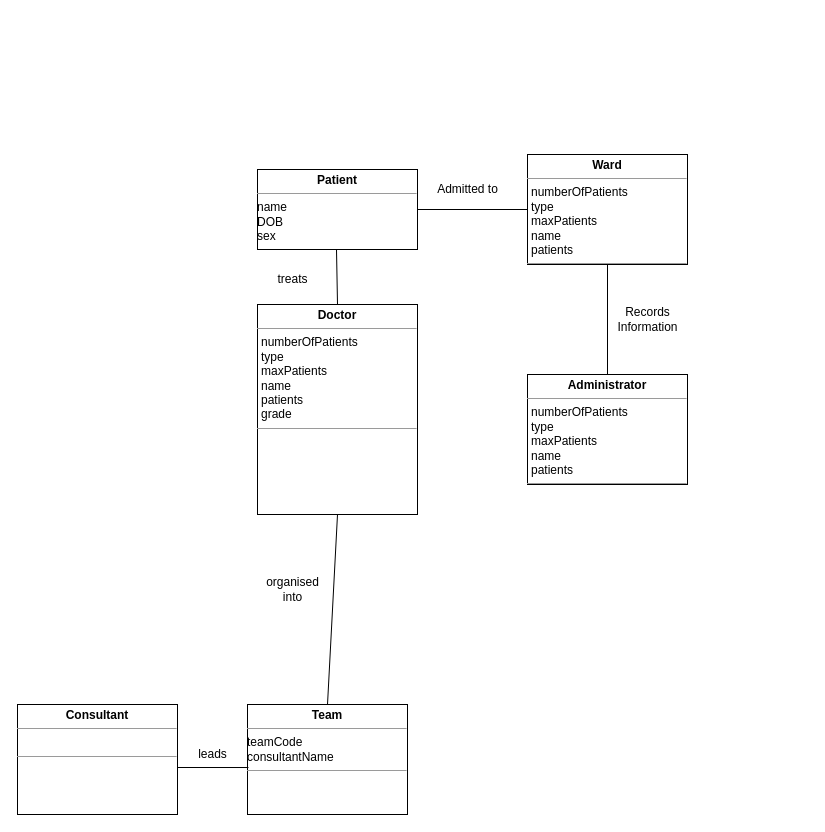
Earlier version of the draw.io diagram Week3/domain Class Modelling.drawio (szymonj99/CO2401). Source tidied: cells renumbered, new cells numbered last; positions are measured from the earlier drawing's top-left corner, leaving out a move shared by most shapes. Both pictures are drawn from the tidied source at 100%, with x=0, y=0 at pixel (17, 154).
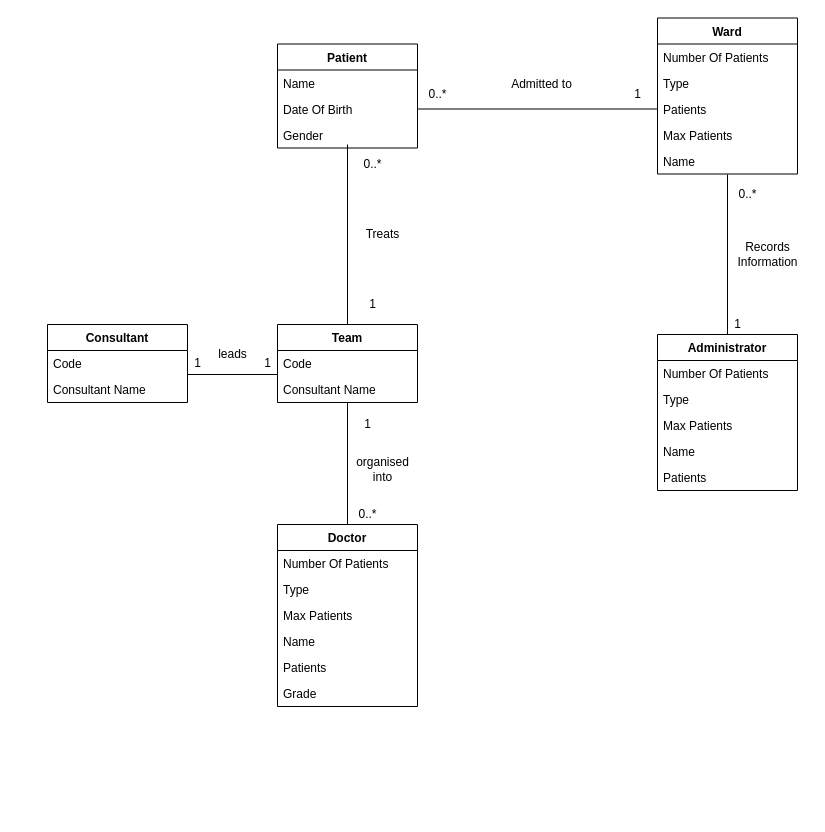
Above is the later version.

Commit message (it also covers changes not shown here):
Update Domain Class Diagram

Diff of the diagram source:
```diff
@@
-    <mxCell id="2" value="&lt;p style=&quot;margin: 0px ; margin-top: 4px ; text-align: center&quot;&gt;&lt;b&gt;Ward&lt;/b&gt;&lt;/p&gt;&lt;hr size=&quot;1&quot;&gt;&lt;p style=&quot;margin: 0px ; margin-left: 4px&quot;&gt;numberOfPatients&lt;/p&gt;&lt;p style=&quot;margin: 0px ; margin-left: 4px&quot;&gt;type&lt;/p&gt;&lt;p style=&quot;margin: 0px ; margin-left: 4px&quot;&gt;maxPatients&lt;/p&gt;&lt;p style=&quot;margin: 0px ; margin-left: 4px&quot;&gt;name&lt;/p&gt;&lt;p style=&quot;margin: 0px ; margin-left: 4px&quot;&gt;patients&lt;br&gt;&lt;/p&gt;&lt;hr size=&quot;1&quot;&gt;" style="verticalAlign=top;align=left;overflow=fill;fontSize=12;fontFamily=Helvetica;html=1;" parent="1" vertex="1">
-      <mxGeometry x="510" width="160" height="110" as="geometry" />
-    </mxCell>
-    <mxCell id="3" style="endArrow=none;html=1;entryX=0.5;entryY=1;entryDx=0;entryDy=0;exitX=0.5;exitY=0;exitDx=0;exitDy=0;" parent="1" edge="1" target="2">
+    <mxCell id="3" style="endArrow=none;html=1;exitX=0.5;exitY=0;exitDx=0;exitDy=0;entryX=0.5;entryY=1.019;entryDx=0;entryDy=0;entryPerimeter=0;" parent="1" edge="1" target="34">
       <mxGeometry relative="1" as="geometry">
-        <mxPoint x="590" y="220" as="sourcePoint" />
+        <mxPoint x="710" y="180" as="sourcePoint" />
       </mxGeometry>
     </mxCell>
     <mxCell id="4" value="&lt;div&gt;Records&lt;/div&gt;&lt;div&gt;Information&lt;/div&gt;" style="text;html=1;align=center;verticalAlign=middle;" parent="1" vertex="1">
-      <mxGeometry x="590" y="150" width="80" height="30" as="geometry" />
+      <mxGeometry x="710" y="85" width="80" height="30" as="geometry" />
     </mxCell>
-    <mxCell id="5" value="&lt;p style=&quot;margin: 0px ; margin-top: 4px ; text-align: center&quot;&gt;&lt;b&gt;Patient&lt;/b&gt;&lt;br&gt;&lt;/p&gt;&lt;hr size=&quot;1&quot;&gt;&lt;div&gt;name&lt;/div&gt;&lt;div&gt;DOB&lt;/div&gt;&lt;div&gt;sex&lt;br&gt;&lt;/div&gt;&lt;hr size=&quot;1&quot;&gt;" style="verticalAlign=top;align=left;overflow=fill;fontSize=12;fontFamily=Helvetica;html=1;" parent="1" vertex="1">
-      <mxGeometry x="240" y="15" width="160" height="80" as="geometry" />
-    </mxCell>
-    <mxCell id="6" value="&lt;p style=&quot;margin: 0px ; margin-top: 4px ; text-align: center&quot;&gt;&lt;b&gt;Administrator&lt;/b&gt;&lt;br&gt;&lt;/p&gt;&lt;hr size=&quot;1&quot;&gt;&lt;p style=&quot;margin: 0px ; margin-left: 4px&quot;&gt;numberOfPatients&lt;/p&gt;&lt;p style=&quot;margin: 0px ; margin-left: 4px&quot;&gt;type&lt;/p&gt;&lt;p style=&quot;margin: 0px ; margin-left: 4px&quot;&gt;maxPatients&lt;/p&gt;&lt;p style=&quot;margin: 0px ; margin-left: 4px&quot;&gt;name&lt;/p&gt;&lt;p style=&quot;margin: 0px ; margin-left: 4px&quot;&gt;patients&lt;br&gt;&lt;/p&gt;&lt;hr size=&quot;1&quot;&gt;" style="verticalAlign=top;align=left;overflow=fill;fontSize=12;fontFamily=Helvetica;html=1;" parent="1" vertex="1">
-      <mxGeometry x="510" y="220" width="160" height="110" as="geometry" />
-    </mxCell>
-    <mxCell id="7" value="&lt;p style=&quot;margin: 0px ; margin-top: 4px ; text-align: center&quot;&gt;&lt;b&gt;Doctor&lt;/b&gt;&lt;br&gt;&lt;/p&gt;&lt;hr size=&quot;1&quot;&gt;&lt;p style=&quot;margin: 0px ; margin-left: 4px&quot;&gt;numberOfPatients&lt;/p&gt;&lt;p style=&quot;margin: 0px ; margin-left: 4px&quot;&gt;type&lt;/p&gt;&lt;p style=&quot;margin: 0px ; margin-left: 4px&quot;&gt;maxPatients&lt;/p&gt;&lt;p style=&quot;margin: 0px ; margin-left: 4px&quot;&gt;name&lt;/p&gt;&lt;p style=&quot;margin: 0px ; margin-left: 4px&quot;&gt;patients&lt;/p&gt;&lt;p style=&quot;margin: 0px ; margin-left: 4px&quot;&gt;grade&lt;br&gt;&lt;/p&gt;&lt;hr size=&quot;1&quot;&gt;" style="verticalAlign=top;align=left;overflow=fill;fontSize=12;fontFamily=Helvetica;html=1;" parent="1" vertex="1">
-      <mxGeometry x="240" y="150" width="160" height="210" as="geometry" />
-    </mxCell>
-    <mxCell id="8" value="&lt;p style=&quot;margin: 0px ; margin-top: 4px ; text-align: center&quot;&gt;&lt;b&gt;Team&lt;/b&gt;&lt;br&gt;&lt;/p&gt;&lt;hr size=&quot;1&quot;&gt;&lt;div&gt;teamCode&lt;/div&gt;&lt;div&gt;consultantName&lt;br&gt;&lt;/div&gt;&lt;hr size=&quot;1&quot;&gt;" style="verticalAlign=top;align=left;overflow=fill;fontSize=12;fontFamily=Helvetica;html=1;" parent="1" vertex="1">
-      <mxGeometry x="230" y="550" width="160" height="110" as="geometry" />
-    </mxCell>
-    <mxCell id="9" value="&lt;p style=&quot;margin: 0px ; margin-top: 4px ; text-align: center&quot;&gt;&lt;b&gt;Consultant&lt;/b&gt;&lt;br&gt;&lt;/p&gt;&lt;hr size=&quot;1&quot;&gt;&lt;br&gt;&lt;hr size=&quot;1&quot;&gt;" style="verticalAlign=top;align=left;overflow=fill;fontSize=12;fontFamily=Helvetica;html=1;" parent="1" vertex="1">
-      <mxGeometry y="550" width="160" height="110" as="geometry" />
-    </mxCell>
-    <mxCell id="10" style="endArrow=none;html=1;entryX=0;entryY=0.5;entryDx=0;entryDy=0;exitX=1;exitY=0.5;exitDx=0;exitDy=0;" parent="1" edge="1" source="5" target="2">
+    <mxCell id="10" style="endArrow=none;html=1;entryX=0;entryY=0.5;entryDx=0;entryDy=0;exitX=1;exitY=0.5;exitDx=0;exitDy=0;" parent="1" edge="1" source="37" target="32">
       <mxGeometry relative="1" as="geometry" />
     </mxCell>
     <mxCell id="11" value="Admitted to" style="text;html=1;align=center;verticalAlign=middle;" parent="1" vertex="1">
-      <mxGeometry x="410" y="25" width="80" height="20" as="geometry" />
+      <mxGeometry x="483.5" y="-80" width="80" height="20" as="geometry" />
     </mxCell>
-    <mxCell id="12" style="endArrow=none;html=1;exitX=0.5;exitY=0;exitDx=0;exitDy=0;entryX=0.5;entryY=1;entryDx=0;entryDy=0;" parent="1" edge="1" source="8" target="7">
+    <mxCell id="12" style="endArrow=none;html=1;exitX=0.5;exitY=0;exitDx=0;exitDy=0;entryX=0.5;entryY=1;entryDx=0;entryDy=0;" parent="1" edge="1" source="44" target="39">
       <mxGeometry relative="1" as="geometry" />
     </mxCell>
     <mxCell id="13" value="&lt;div&gt;organised&lt;/div&gt;&lt;div&gt;into&lt;/div&gt;" style="text;html=1;align=center;verticalAlign=middle;" parent="1" vertex="1">
-      <mxGeometry x="240" y="420" width="70" height="30" as="geometry" />
+      <mxGeometry x="330" y="300" width="70" height="30" as="geometry" />
     </mxCell>
-    <mxCell id="14" value="treats" style="text;html=1;align=center;verticalAlign=middle;" parent="1" vertex="1">
-      <mxGeometry x="250" y="115" width="50" height="20" as="geometry" />
+    <mxCell id="14" value="Treats" style="text;html=1;align=center;verticalAlign=middle;" parent="1" vertex="1">
+      <mxGeometry x="340" y="70" width="50" height="20" as="geometry" />
     </mxCell>
-    <mxCell id="15" style="endArrow=none;html=1;exitX=0.5;exitY=0;exitDx=0;exitDy=0;entryX=0.5;entryY=1;entryDx=0;entryDy=0;" parent="1" edge="1" source="7">
-      <mxGeometry relative="1" as="geometry">
-        <mxPoint x="319" y="95" as="targetPoint" />
-      </mxGeometry>
-    </mxCell>
-    <mxCell id="16" style="endArrow=none;html=1;entryX=0.006;entryY=0.573;entryDx=0;entryDy=0;entryPerimeter=0;" parent="1" edge="1" target="8">
+    <mxCell id="16" style="endArrow=none;html=1;entryX=0;entryY=-0.077;entryDx=0;entryDy=0;entryPerimeter=0;" parent="1" edge="1" target="41">
       <mxGeometry relative="1" as="geometry">
-        <mxPoint x="160" y="613" as="sourcePoint" />
+        <mxPoint x="170" y="220" as="sourcePoint" />
       </mxGeometry>
     </mxCell>
     <mxCell id="17" value="leads" style="text;html=1;align=center;verticalAlign=middle;" parent="1" vertex="1">
-      <mxGeometry x="170" y="590" width="50" height="20" as="geometry" />
+      <mxGeometry x="190" y="190" width="50" height="20" as="geometry" />
     </mxCell>
+    <mxCell id="18" value="1" style="text;html=1;align=center;verticalAlign=middle;" parent="1" vertex="1">
+      <mxGeometry x="610" y="-70" width="20" height="20" as="geometry" />
+    </mxCell>
+    <mxCell id="19" value="0..*" style="text;html=1;align=center;verticalAlign=middle;" parent="1" vertex="1">
+      <mxGeometry x="405" y="-70" width="30" height="20" as="geometry" />
+    </mxCell>
+    <mxCell id="20" value="0..*" style="text;html=1;align=center;verticalAlign=middle;" parent="1" vertex="1">
+      <mxGeometry x="715" y="30" width="30" height="20" as="geometry" />
+    </mxCell>
+    <mxCell id="21" value="1" style="text;html=1;align=center;verticalAlign=middle;" parent="1" vertex="1">
+      <mxGeometry x="710" y="160" width="20" height="20" as="geometry" />
+    </mxCell>
+    <mxCell id="22" style="endArrow=none;html=1;exitX=0.5;exitY=0;exitDx=0;exitDy=0;" parent="1" edge="1" source="39">
+      <mxGeometry relative="1" as="geometry">
+        <mxPoint x="330" y="-10" as="targetPoint" />
+      </mxGeometry>
+    </mxCell>
+    <mxCell id="23" value="0..*" style="text;html=1;align=center;verticalAlign=middle;" parent="1" vertex="1">
+      <mxGeometry x="340" y="-0.5" width="30" height="20" as="geometry" />
+    </mxCell>
+    <mxCell id="24" value="1" style="text;html=1;align=center;verticalAlign=middle;" parent="1" vertex="1">
+      <mxGeometry x="345" y="140" width="20" height="20" as="geometry" />
+    </mxCell>
+    <mxCell id="25" value="1" style="text;html=1;align=center;verticalAlign=middle;" parent="1" vertex="1">
+      <mxGeometry x="340" y="260" width="20" height="20" as="geometry" />
+    </mxCell>
+    <mxCell id="26" value="&lt;div&gt;0..*&lt;/div&gt;" style="text;html=1;align=center;verticalAlign=middle;" parent="1" vertex="1">
+      <mxGeometry x="335" y="350" width="30" height="20" as="geometry" />
+    </mxCell>
+    <mxCell id="27" value="1" style="text;html=1;align=center;verticalAlign=middle;" parent="1" vertex="1">
+      <mxGeometry x="170" y="199" width="20" height="20" as="geometry" />
+    </mxCell>
+    <mxCell id="28" value="1" style="text;html=1;align=center;verticalAlign=middle;" parent="1" vertex="1">
+      <mxGeometry x="240" y="199" width="20" height="20" as="geometry" />
+    </mxCell>
+    <mxCell id="29" value="Ward" style="swimlane;fontStyle=1;horizontal=1;startSize=26;fillColor=none;" parent="1" vertex="1">
+      <mxGeometry x="640" y="-136.5" width="140" height="156" as="geometry" />
+    </mxCell>
+    <mxCell id="30" value="Number Of Patients" style="text;strokeColor=none;fillColor=none;align=left;verticalAlign=top;spacingLeft=4;spacingRight=4;overflow=hidden;" parent="29" vertex="1">
+      <mxGeometry y="26" width="140" height="26" as="geometry" />
+    </mxCell>
+    <mxCell id="31" value="Type" style="text;strokeColor=none;fillColor=none;align=left;verticalAlign=top;spacingLeft=4;spacingRight=4;overflow=hidden;" parent="29" vertex="1">
+      <mxGeometry y="52" width="140" height="26" as="geometry" />
+    </mxCell>
+    <mxCell id="32" value="Patients" style="text;strokeColor=none;fillColor=none;align=left;verticalAlign=top;spacingLeft=4;spacingRight=4;overflow=hidden;points=[[0,0.5],[1,0.5]];portConstraint=eastwest;" parent="29" vertex="1">
+      <mxGeometry y="78" width="140" height="26" as="geometry" />
+    </mxCell>
+    <mxCell id="33" value="Max Patients" style="text;strokeColor=none;fillColor=none;align=left;verticalAlign=top;spacingLeft=4;spacingRight=4;overflow=hidden;" parent="29" vertex="1">
+      <mxGeometry y="104" width="140" height="26" as="geometry" />
+    </mxCell>
+    <mxCell id="34" value="Name" style="text;strokeColor=none;fillColor=none;align=left;verticalAlign=top;spacingLeft=4;spacingRight=4;overflow=hidden;points=[[0,0.5],[1,0.5]];portConstraint=eastwest;" parent="29" vertex="1">
+      <mxGeometry y="130" width="140" height="26" as="geometry" />
+    </mxCell>
+    <mxCell id="35" value="Patient" style="swimlane;fontStyle=1;horizontal=1;startSize=26;fillColor=none;" parent="1" vertex="1">
+      <mxGeometry x="260" y="-110.5" width="140" height="104" as="geometry" />
+    </mxCell>
+    <mxCell id="36" value="Name" style="text;strokeColor=none;fillColor=none;align=left;verticalAlign=top;spacingLeft=4;spacingRight=4;overflow=hidden;" parent="35" vertex="1">
+      <mxGeometry y="26" width="140" height="26" as="geometry" />
+    </mxCell>
+    <mxCell id="37" value="Date Of Birth" style="text;strokeColor=none;fillColor=none;align=left;verticalAlign=top;spacingLeft=4;spacingRight=4;overflow=hidden;points=[[0,0.5],[1,0.5]];portConstraint=eastwest;" parent="35" vertex="1">
+      <mxGeometry y="52" width="140" height="26" as="geometry" />
+    </mxCell>
+    <mxCell id="38" value="Gender" style="text;strokeColor=none;fillColor=none;align=left;verticalAlign=top;spacingLeft=4;spacingRight=4;overflow=hidden;" parent="35" vertex="1">
+      <mxGeometry y="78" width="140" height="26" as="geometry" />
+    </mxCell>
+    <mxCell id="39" value="Team" style="swimlane;fontStyle=1;horizontal=1;startSize=26;fillColor=none;" parent="1" vertex="1">
+      <mxGeometry x="260" y="170" width="140" height="78" as="geometry" />
+    </mxCell>
+    <mxCell id="40" value="Code" style="text;strokeColor=none;fillColor=none;align=left;verticalAlign=top;spacingLeft=4;spacingRight=4;overflow=hidden;" parent="39" vertex="1">
+      <mxGeometry y="26" width="140" height="26" as="geometry" />
+    </mxCell>
+    <mxCell id="41" value="Consultant Name" style="text;strokeColor=none;fillColor=none;align=left;verticalAlign=top;spacingLeft=4;spacingRight=4;overflow=hidden;points=[[0,0.5],[1,0.5]];portConstraint=eastwest;" parent="39" vertex="1">
+      <mxGeometry y="52" width="140" height="26" as="geometry" />
+    </mxCell>
+    <mxCell id="9" value="Consultant" style="swimlane;fontStyle=1;horizontal=1;startSize=26;fillColor=none;" parent="1" vertex="1">
+      <mxGeometry x="30" y="170" width="140" height="78" as="geometry" />
+    </mxCell>
+    <mxCell id="42" value="Code" style="text;strokeColor=none;fillColor=none;align=left;verticalAlign=top;spacingLeft=4;spacingRight=4;overflow=hidden;" parent="9" vertex="1">
+      <mxGeometry y="26" width="140" height="26" as="geometry" />
+    </mxCell>
+    <mxCell id="43" value="Consultant Name" style="text;strokeColor=none;fillColor=none;align=left;verticalAlign=top;spacingLeft=4;spacingRight=4;overflow=hidden;" parent="9" vertex="1">
+      <mxGeometry y="52" width="140" height="26" as="geometry" />
+    </mxCell>
+    <mxCell id="44" value="Doctor" style="swimlane;fontStyle=1;horizontal=1;startSize=26;fillColor=none;" parent="1" vertex="1">
+      <mxGeometry x="260" y="370" width="140" height="182" as="geometry" />
+    </mxCell>
+    <mxCell id="45" value="Number Of Patients" style="text;strokeColor=none;fillColor=none;align=left;verticalAlign=top;spacingLeft=4;spacingRight=4;overflow=hidden;" parent="44" vertex="1">
+      <mxGeometry y="26" width="140" height="26" as="geometry" />
+    </mxCell>
+    <mxCell id="46" value="Type" style="text;strokeColor=none;fillColor=none;align=left;verticalAlign=top;spacingLeft=4;spacingRight=4;overflow=hidden;" parent="44" vertex="1">
+      <mxGeometry y="52" width="140" height="26" as="geometry" />
+    </mxCell>
+    <mxCell id="47" value="Max Patients" style="text;strokeColor=none;fillColor=none;align=left;verticalAlign=top;spacingLeft=4;spacingRight=4;overflow=hidden;" parent="44" vertex="1">
+      <mxGeometry y="78" width="140" height="26" as="geometry" />
+    </mxCell>
+    <mxCell id="48" value="Name" style="text;strokeColor=none;fillColor=none;align=left;verticalAlign=top;spacingLeft=4;spacingRight=4;overflow=hidden;" parent="44" vertex="1">
+      <mxGeometry y="104" width="140" height="26" as="geometry" />
+    </mxCell>
+    <mxCell id="49" value="Patients" style="text;strokeColor=none;fillColor=none;align=left;verticalAlign=top;spacingLeft=4;spacingRight=4;overflow=hidden;" parent="44" vertex="1">
+      <mxGeometry y="130" width="140" height="26" as="geometry" />
+    </mxCell>
+    <mxCell id="50" value="Grade" style="text;strokeColor=none;fillColor=none;align=left;verticalAlign=top;spacingLeft=4;spacingRight=4;overflow=hidden;" parent="44" vertex="1">
+      <mxGeometry y="156" width="140" height="26" as="geometry" />
+    </mxCell>
+    <mxCell id="51" value="Administrator" style="swimlane;fontStyle=1;horizontal=1;startSize=26;fillColor=none;" parent="1" vertex="1">
+      <mxGeometry x="640" y="180" width="140" height="156" as="geometry" />
+    </mxCell>
+    <mxCell id="52" value="Number Of Patients" style="text;strokeColor=none;fillColor=none;align=left;verticalAlign=top;spacingLeft=4;spacingRight=4;overflow=hidden;" parent="51" vertex="1">
+      <mxGeometry y="26" width="140" height="26" as="geometry" />
+    </mxCell>
+    <mxCell id="53" value="Type" style="text;strokeColor=none;fillColor=none;align=left;verticalAlign=top;spacingLeft=4;spacingRight=4;overflow=hidden;" parent="51" vertex="1">
+      <mxGeometry y="52" width="140" height="26" as="geometry" />
+    </mxCell>
+    <mxCell id="54" value="Max Patients" style="text;strokeColor=none;fillColor=none;align=left;verticalAlign=top;spacingLeft=4;spacingRight=4;overflow=hidden;" parent="51" vertex="1">
+      <mxGeometry y="78" width="140" height="26" as="geometry" />
+    </mxCell>
+    <mxCell id="55" value="Name" style="text;strokeColor=none;fillColor=none;align=left;verticalAlign=top;spacingLeft=4;spacingRight=4;overflow=hidden;" parent="51" vertex="1">
+      <mxGeometry y="104" width="140" height="26" as="geometry" />
+    </mxCell>
+    <mxCell id="56" value="Patients" style="text;strokeColor=none;fillColor=none;align=left;verticalAlign=top;spacingLeft=4;spacingRight=4;overflow=hidden;" parent="51" vertex="1">
+      <mxGeometry y="130" width="140" height="26" as="geometry" />
+    </mxCell>
```
